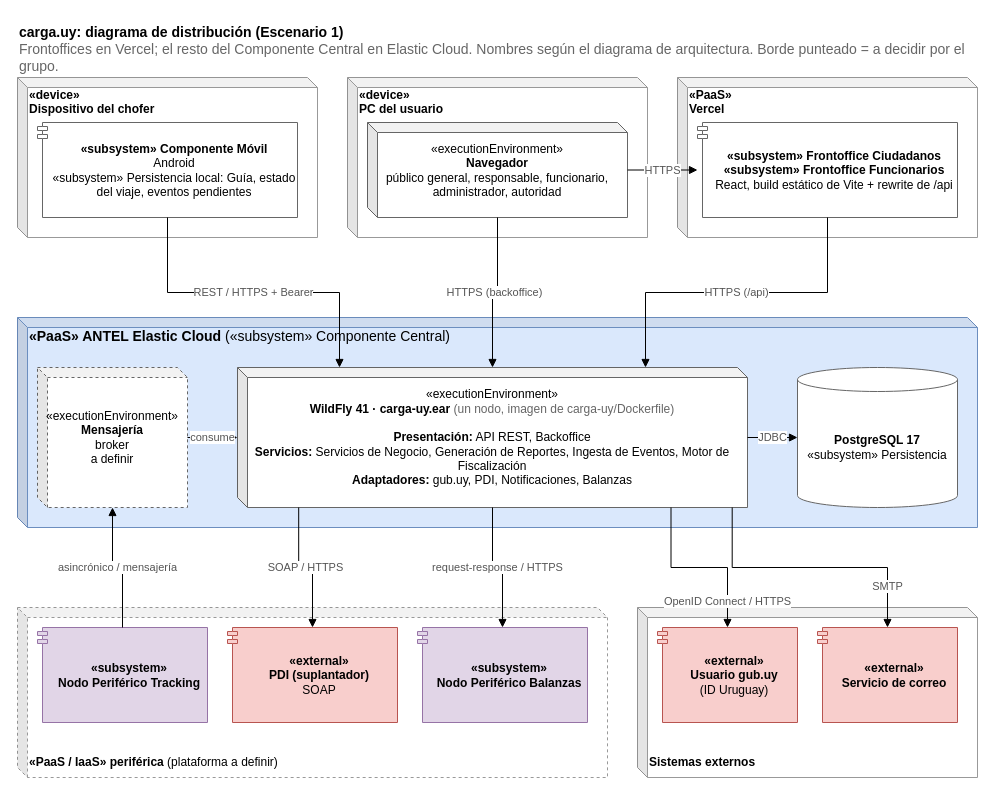
The draw.io diagram docs/informe/fuentes-drawio/carga-uy-distribucion-v3.drawio in LucasLazogue/TSE-carga-uy, before the edit. Source tidied: cells renumbered, new cells numbered last; positions are measured from the earlier drawing's top-left corner, leaving out a move shared by most shapes. Both pictures are drawn from the tidied source at 100%, with x=0, y=0 at pixel (17, 17).
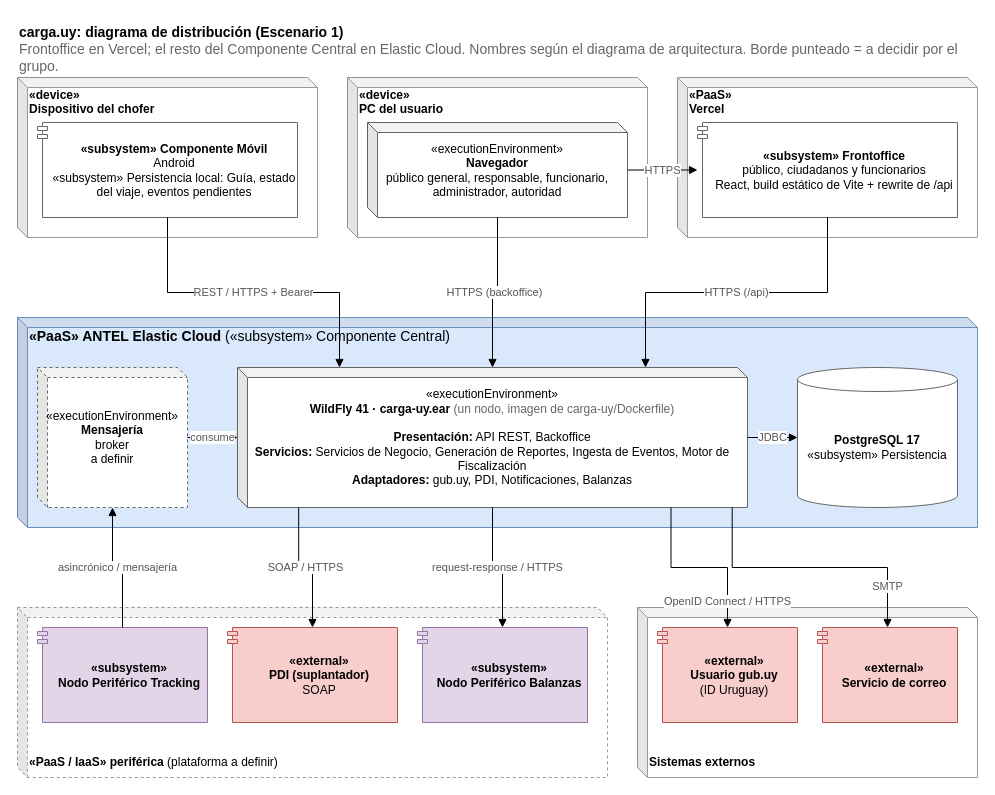
The same page after the edit.

Commit message (it also covers changes not shown here):
docs: un unico frontoffice en las vistas (obs 15)

The change refers to these unchanged cells:
```xml
<mxCell id="7" value="«PaaS»&lt;br&gt;Vercel" style="shape=cube;size=10;darkOpacity=0.05;darkOpacity2=0.1;whiteSpace=wrap;html=1;verticalAlign=top;align=left;spacingLeft=10;spacingTop=4;fontStyle=1;fillColor=none;strokeColor=#999999;" parent="1" vertex="1">
  <mxGeometry x="660" y="60" width="300" height="160" as="geometry" />
</mxCell>
```

What changed in the source:
```diff
@@
-    <mxCell id="2" value="&lt;b&gt;carga.uy: diagrama de distribución (Escenario 1)&lt;/b&gt;&lt;br&gt;&lt;font color=&quot;#666666&quot;&gt;Frontoffices en Vercel; el resto del Componente Central en Elastic Cloud. Nombres según el diagrama de arquitectura. Borde punteado = a decidir por el grupo.&lt;/font&gt;" style="text;html=1;align=left;verticalAlign=top;fontSize=14;whiteSpace=wrap;" parent="1" vertex="1">
+    <mxCell id="2" value="&lt;b&gt;carga.uy: diagrama de distribución (Escenario 1)&lt;/b&gt;&lt;br&gt;&lt;font color=&quot;#666666&quot;&gt;Frontoffice en Vercel; el resto del Componente Central en Elastic Cloud. Nombres según el diagrama de arquitectura. Borde punteado = a decidir por el grupo.&lt;/font&gt;" style="text;html=1;align=left;verticalAlign=top;fontSize=14;whiteSpace=wrap;" parent="1" vertex="1">
       <mxGeometry width="960" height="44" as="geometry" />
     </mxCell>
@@
-    <mxCell id="8" value="&lt;b&gt;«subsystem» Frontoffice Ciudadanos&lt;br&gt;«subsystem» Frontoffice Funcionarios&lt;/b&gt;&lt;br&gt;React, build estático de Vite + rewrite de /api" style="shape=module;jettyWidth=10;jettyHeight=4;whiteSpace=wrap;html=1;align=center;verticalAlign=middle;spacingLeft=14;fillColor=#ffffff;strokeColor=#666666;" parent="7" vertex="1">
+    <mxCell id="8" value="&lt;b&gt;«subsystem» Frontoffice&lt;/b&gt;&lt;br&gt;público, ciudadanos y funcionarios&lt;br&gt;React, build estático de Vite + rewrite de /api" style="shape=module;jettyWidth=10;jettyHeight=4;whiteSpace=wrap;html=1;align=center;verticalAlign=middle;spacingLeft=14;fillColor=#ffffff;strokeColor=#666666;" parent="7" vertex="1">
       <mxGeometry x="20" y="45" width="260" height="95" as="geometry" />
     </mxCell>
```
